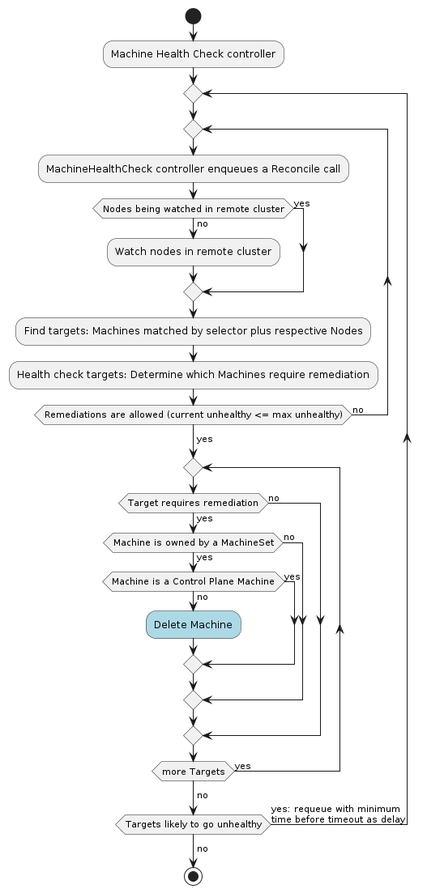
The PlantUML diagram docs/book/src/images/machinehealthcheck-controller.png in kubernetes-sigs/cluster-api, before a commit. Its diagram source:
```plantuml
@startuml machinehealthcheck-controller

start;
:Machine Health Check controller;
repeat
  repeat
    :MachineHealthCheck controller enqueues a Reconcile call;
    if (Nodes being watched in remote cluster) then (no)
      :Watch nodes in remote cluster;
    else (yes)
    endif
    :Find targets: Machines matched by selector plus respective Nodes;
    :Health check targets: Determine which Machines require remediation;
  repeat while (Remediations are allowed (current unhealthy <= max unhealthy)) is (no)
  -> yes;
  repeat
    if (Target requires remediation) then (yes)
      if (Machine is owned by a MachineSet) then (yes)
        if (Machine is a Control Plane Machine) then (no)
          #LightBlue:Delete Machine;
        else (yes)
        endif
      else (no)
      endif
      else (no)
    endif
  repeat while (more Targets) is (yes)
  -> no;
repeat while (Targets likely to go unhealthy) is (yes: requeue with minimum
  time before timeout as delay)
-> no;
stop;

@enduml
```
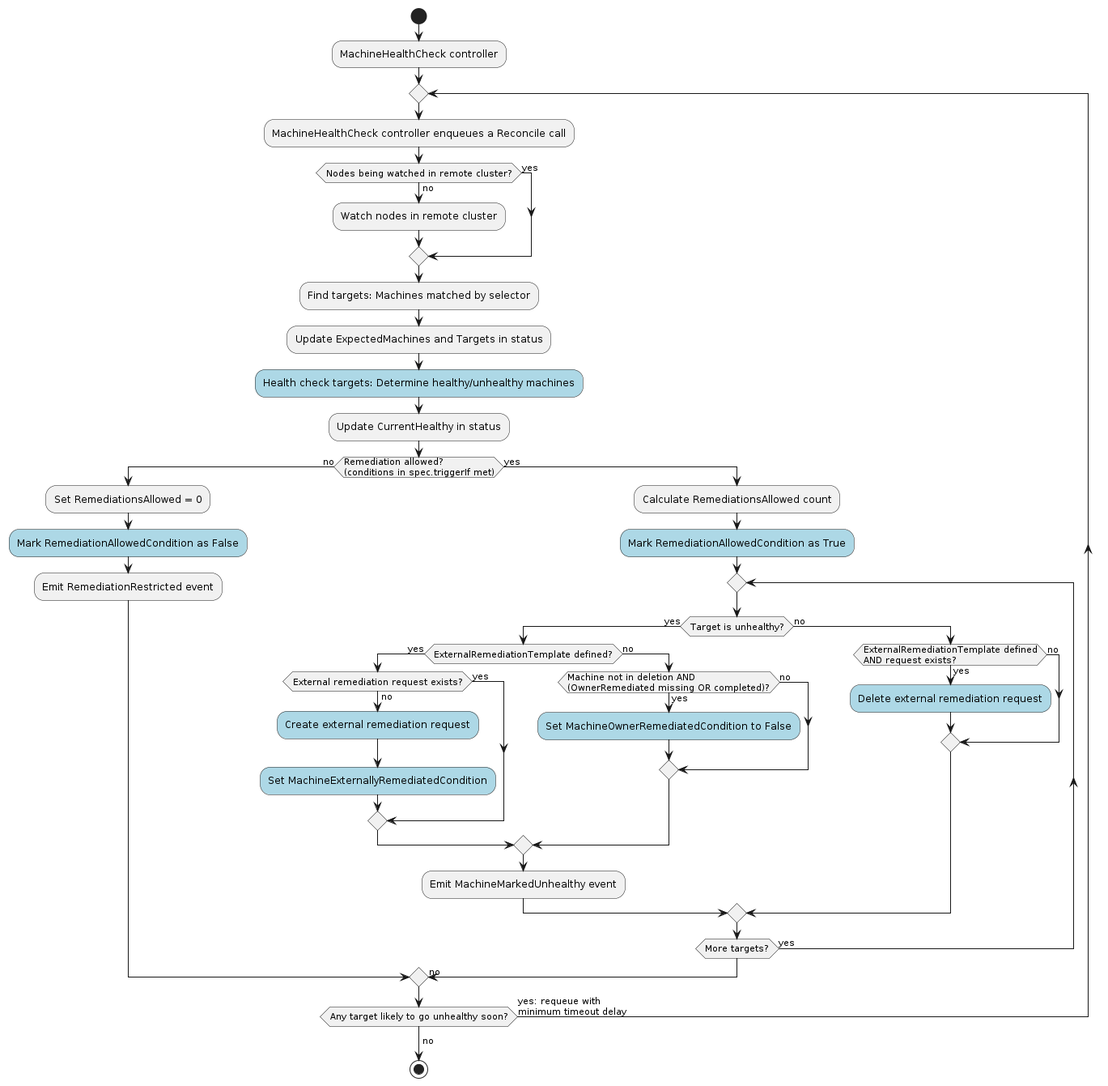
The same diagram one commit later.

Commit message:
update machinehealthcheck activity diagram

Change to the diagram source:
```diff
@@ -1,33 +1,54 @@
 @startuml machinehealthcheck-controller
 
 start;
-:Machine Health Check controller;
+:MachineHealthCheck controller;
 repeat
-  repeat
-    :MachineHealthCheck controller enqueues a Reconcile call;
-    if (Nodes being watched in remote cluster) then (no)
+  :MachineHealthCheck controller enqueues a Reconcile call;
+
+    if (Nodes being watched in remote cluster?) then (no)
       :Watch nodes in remote cluster;
     else (yes)
     endif
-    :Find targets: Machines matched by selector plus respective Nodes;
-    :Health check targets: Determine which Machines require remediation;
-  repeat while (Remediations are allowed (current unhealthy <= max unhealthy)) is (no)
-  -> yes;
-  repeat
-    if (Target requires remediation) then (yes)
-      if (Machine is owned by a MachineSet) then (yes)
-        if (Machine is a Control Plane Machine) then (no)
-          #LightBlue:Delete Machine;
-        else (yes)
+
+  :Find targets: Machines matched by selector;
+  :Update ExpectedMachines and Targets in status;
+
+  #LightBlue:Health check targets: Determine healthy/unhealthy machines;
+  :Update CurrentHealthy in status;
+
+  if (Remediation allowed?\n(conditions in spec.triggerIf met)) then (no)
+    :Set RemediationsAllowed = 0;
+    #LightBlue:Mark RemediationAllowedCondition as False;
+    :Emit RemediationRestricted event;
+  else (yes)
+    :Calculate RemediationsAllowed count;
+    #LightBlue:Mark RemediationAllowedCondition as True;
+
+    repeat
+      if (Target is unhealthy?) then (yes)
+        if (ExternalRemediationTemplate defined?) then (yes)
+          if (External remediation request exists?) then (no)
+            #LightBlue:Create external remediation request;
+            #LightBlue:Set MachineExternallyRemediatedCondition;
+          else (yes)
+          endif
+        else (no)
+          if (Machine not in deletion AND\n(OwnerRemediated missing OR completed)?) then (yes)
+            #LightBlue:Set MachineOwnerRemediatedCondition to False;
+          else (no)
+          endif
         endif
+        :Emit MachineMarkedUnhealthy event;
       else (no)
+        if (ExternalRemediationTemplate defined\nAND request exists?) then (yes)
+          #LightBlue:Delete external remediation request;
+        else (no)
+        endif
       endif
-      else (no)
-    endif
-  repeat while (more Targets) is (yes)
-  -> no;
-repeat while (Targets likely to go unhealthy) is (yes: requeue with minimum
-  time before timeout as delay)
+    repeat while (More targets?) is (yes)
+    -> no;
+  endif
+repeat while (Any target likely to go unhealthy soon?) is (yes: requeue with\nminimum timeout delay)
 -> no;
 stop;
 
```
